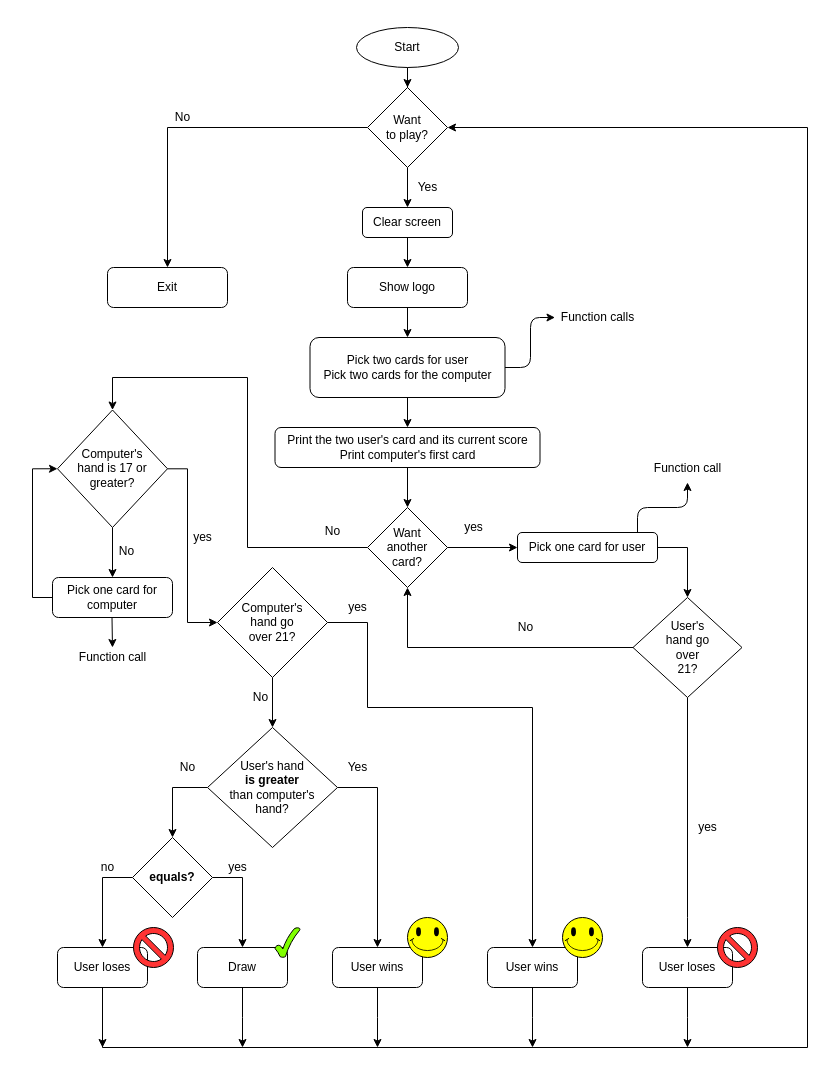
This is blackjack.drawio from wellspr/flowcharts, a draw.io file, before an edit. Source tidied: cells renumbered, new cells numbered last; positions are measured from the earlier drawing's top-left corner, leaving out a move shared by most shapes. Both pictures are drawn from the tidied source at 100%, with x=0, y=0 at pixel (32, 27).
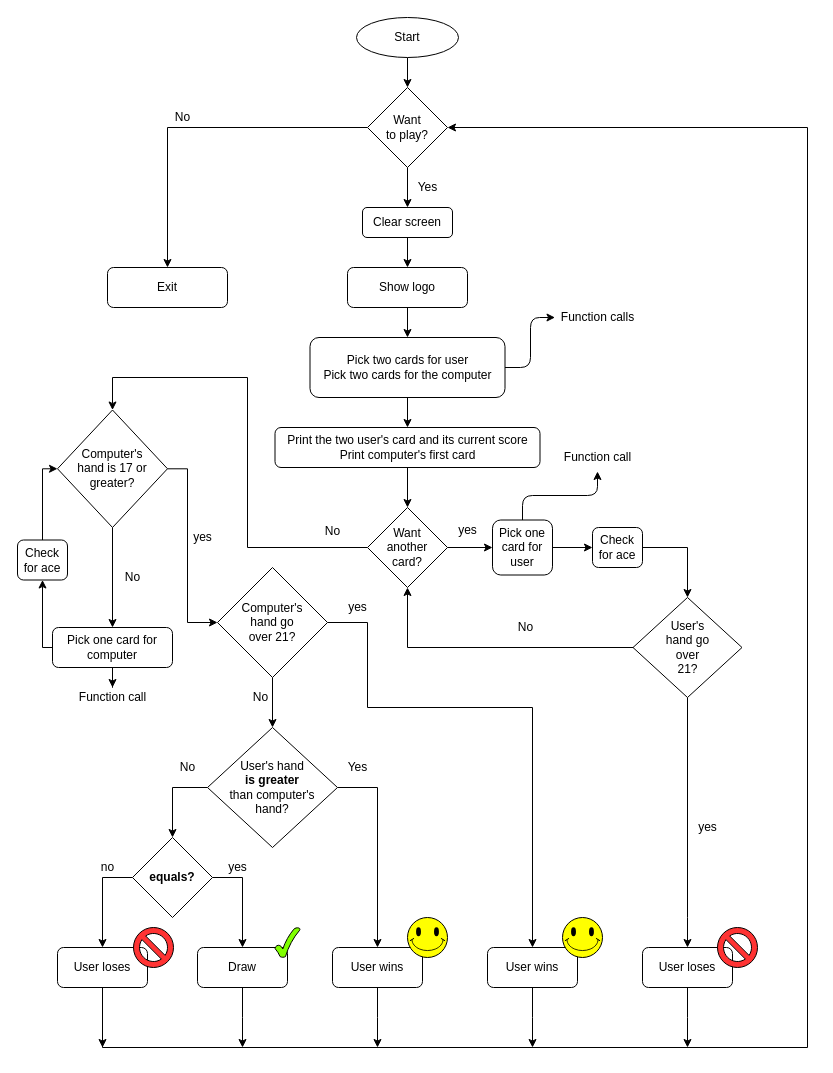
After the change.

Unchanged cells that the change refers to:
```xml
<mxCell id="21" value="User's&lt;br&gt;hand go&lt;br&gt;over&lt;br&gt;21?" style="rhombus;whiteSpace=wrap;html=1;" parent="1" vertex="1">
  <mxGeometry x="600.5" y="570" width="109" height="100" as="geometry" />
</mxCell>
<mxCell id="55" value="Computer's&lt;br&gt;hand is 17 or greater?" style="rhombus;whiteSpace=wrap;html=1;fillColor=#FFFFFF;" parent="1" vertex="1">
  <mxGeometry x="25" y="382.5" width="110" height="117.5" as="geometry" />
</mxCell>
```

Change to the diagram source:
```diff
@@
-    <mxCell id="14" style="edgeStyle=orthogonalEdgeStyle;rounded=0;jettySize=auto;html=1;entryX=0.5;entryY=0;entryDx=0;entryDy=0;" parent="1" edge="1" source="15" target="21">
+    <mxCell id="14" style="edgeStyle=orthogonalEdgeStyle;rounded=0;jettySize=auto;html=1;entryX=0.5;entryY=0;entryDx=0;entryDy=0;exitX=1;exitY=0.5;exitDx=0;exitDy=0;" parent="1" edge="1" source="77" target="21">
       <mxGeometry relative="1" as="geometry">
         <Array as="points">
           <mxPoint x="655" y="520" />
         </Array>
       </mxGeometry>
     </mxCell>
+    <mxCell id="74" style="edgeStyle=orthogonalEdgeStyle;rounded=0;jettySize=auto;html=1;entryX=0;entryY=0.5;entryDx=0;entryDy=0;" parent="1" edge="1" source="15" target="77">
+      <mxGeometry relative="1" as="geometry" />
+    </mxCell>
     <mxCell id="15" value="Pick one card for user" style="rounded=1;whiteSpace=wrap;html=1;" parent="1" vertex="1">
-      <mxGeometry x="485" y="505" width="140" height="30" as="geometry" />
+      <mxGeometry x="460" y="492.5" width="60" height="55" as="geometry" />
     </mxCell>
@@
     <mxCell id="24" value="Start" style="ellipse;whiteSpace=wrap;html=1;" parent="1" vertex="1">
-      <mxGeometry x="324" width="102" height="40" as="geometry" />
+      <mxGeometry x="324" y="-10" width="102" height="40" as="geometry" />
     </mxCell>
     <mxCell id="25" value="yes&lt;br&gt;" style="text;html=1;align=center;verticalAlign=middle;" parent="1" vertex="1">
-      <mxGeometry x="426" y="490" width="30" height="20" as="geometry" />
+      <mxGeometry x="420" y="492.5" width="30" height="20" as="geometry" />
     </mxCell>
@@
-    <mxCell id="51" style="edgeStyle=orthogonalEdgeStyle;rounded=0;jettySize=auto;html=1;entryX=0;entryY=0.5;entryDx=0;entryDy=0;" parent="1" edge="1" source="52" target="55">
-      <mxGeometry relative="1" as="geometry">
-        <Array as="points">
-          <mxPoint y="570" />
-          <mxPoint y="441" />
-        </Array>
-      </mxGeometry>
-    </mxCell>
+    <mxCell id="75" style="edgeStyle=orthogonalEdgeStyle;rounded=0;jettySize=auto;html=1;" parent="1" edge="1" source="52" target="65">
+      <mxGeometry relative="1" as="geometry" />
+    </mxCell>
+    <mxCell id="76" style="edgeStyle=orthogonalEdgeStyle;rounded=0;jettySize=auto;html=1;" parent="1" edge="1" source="52" target="79">
+      <mxGeometry relative="1" as="geometry">
+        <Array as="points">
+          <mxPoint x="10" y="620" />
+        </Array>
+      </mxGeometry>
+    </mxCell>
     <mxCell id="52" value="Pick one card for computer" style="rounded=1;whiteSpace=wrap;html=1;fillColor=#FFFFFF;" parent="1" vertex="1">
-      <mxGeometry x="20" y="550" width="120" height="40" as="geometry" />
+      <mxGeometry x="20" y="600" width="120" height="40" as="geometry" />
     </mxCell>
@@
     <mxCell id="56" value="No" style="text;html=1;align=center;verticalAlign=middle;" parent="1" vertex="1">
-      <mxGeometry x="79" y="514" width="30" height="20" as="geometry" />
+      <mxGeometry x="85" y="540" width="30" height="20" as="geometry" />
     </mxCell>
@@
     <mxCell id="61" value="Function call" style="text;html=1;align=center;verticalAlign=middle;" parent="1" vertex="1">
-      <mxGeometry x="615" y="431.2" width="80" height="20" as="geometry" />
+      <mxGeometry x="525" y="420" width="80" height="20" as="geometry" />
     </mxCell>
-    <mxCell id="62" style="edgeStyle=elbowEdgeStyle;elbow=vertical;endArrow=classic;html=1;" parent="1" edge="1">
+    <mxCell id="62" style="edgeStyle=elbowEdgeStyle;elbow=vertical;endArrow=classic;html=1;exitX=0.5;exitY=0;exitDx=0;exitDy=0;" parent="1" edge="1" source="15">
       <mxGeometry relative="1" as="geometry">
-        <mxPoint x="605" y="505" as="sourcePoint" />
-        <mxPoint x="655" y="455" as="targetPoint" />
+        <mxPoint x="565" y="444" as="targetPoint" />
       </mxGeometry>
     </mxCell>
@@
-    <mxCell id="64" style="endArrow=classic;html=1;" parent="1" edge="1">
-      <mxGeometry relative="1" as="geometry">
-        <mxPoint x="79.5" y="590" as="sourcePoint" />
-        <mxPoint x="80" y="620" as="targetPoint" />
-      </mxGeometry>
-    </mxCell>
     <mxCell id="65" value="Function call" style="text;html=1;align=center;verticalAlign=middle;points=[];" parent="1" vertex="1">
-      <mxGeometry x="40" y="620" width="80" height="20" as="geometry" />
+      <mxGeometry x="40" y="660" width="80" height="20" as="geometry" />
     </mxCell>
@@
+    <mxCell id="77" value="Check&lt;br&gt;for ace" style="rounded=1;whiteSpace=wrap;html=1;fillColor=#FFFFFF;" parent="1" vertex="1">
+      <mxGeometry x="560" y="500" width="50" height="40" as="geometry" />
+    </mxCell>
+    <mxCell id="78" style="edgeStyle=orthogonalEdgeStyle;rounded=0;jettySize=auto;html=1;entryX=0;entryY=0.5;entryDx=0;entryDy=0;" parent="1" edge="1" source="79" target="55">
+      <mxGeometry relative="1" as="geometry">
+        <Array as="points">
+          <mxPoint x="10" y="441" />
+        </Array>
+      </mxGeometry>
+    </mxCell>
+    <mxCell id="79" value="Check&lt;br&gt;for ace" style="rounded=1;whiteSpace=wrap;html=1;fillColor=#FFFFFF;" parent="1" vertex="1">
+      <mxGeometry x="-15" y="512.5" width="50" height="40" as="geometry" />
+    </mxCell>
```
